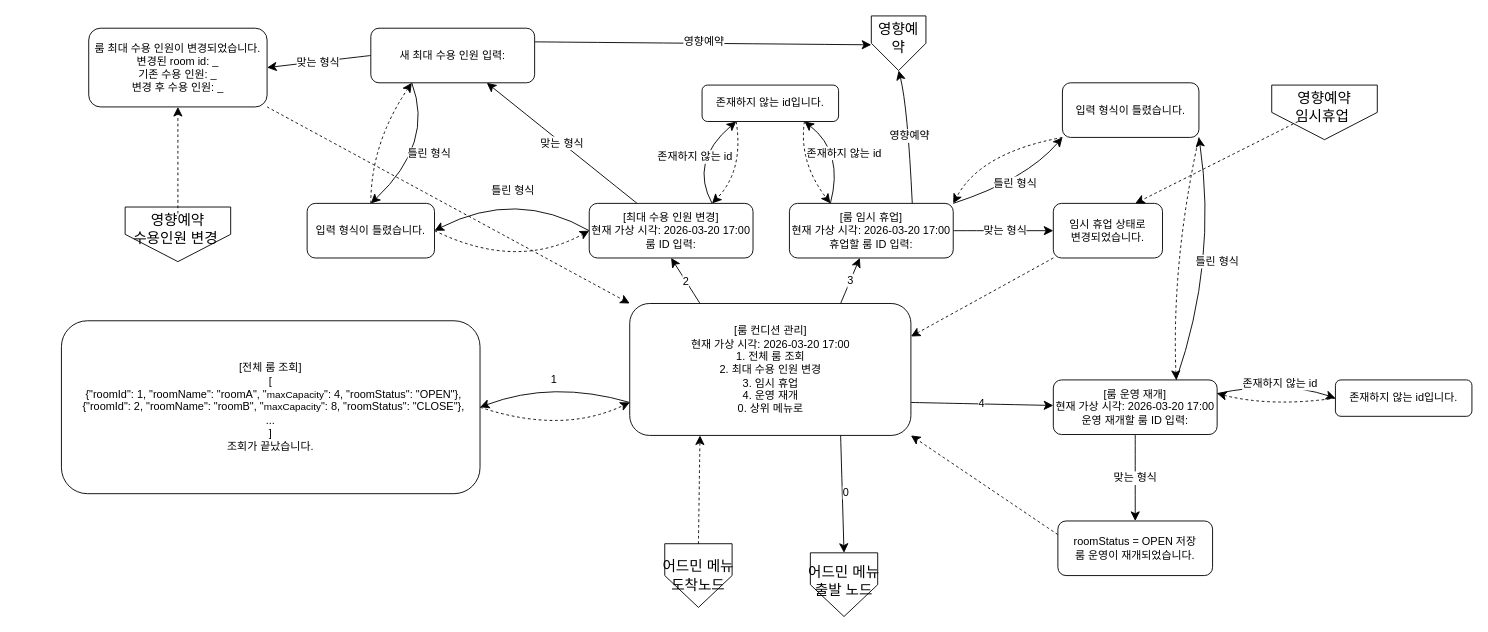
This is page "페이지-1" (1 of 2) of docs/room-condition.drawio from b0nsu/ICEP, a draw.io file, before an edit. Source tidied: cells renumbered, new cells numbered last; positions are measured from the earlier drawing's top-left corner, leaving out a move shared by most shapes. Both pictures are drawn from the tidied source at 91%, with x=0, y=0 at pixel (61, 15).
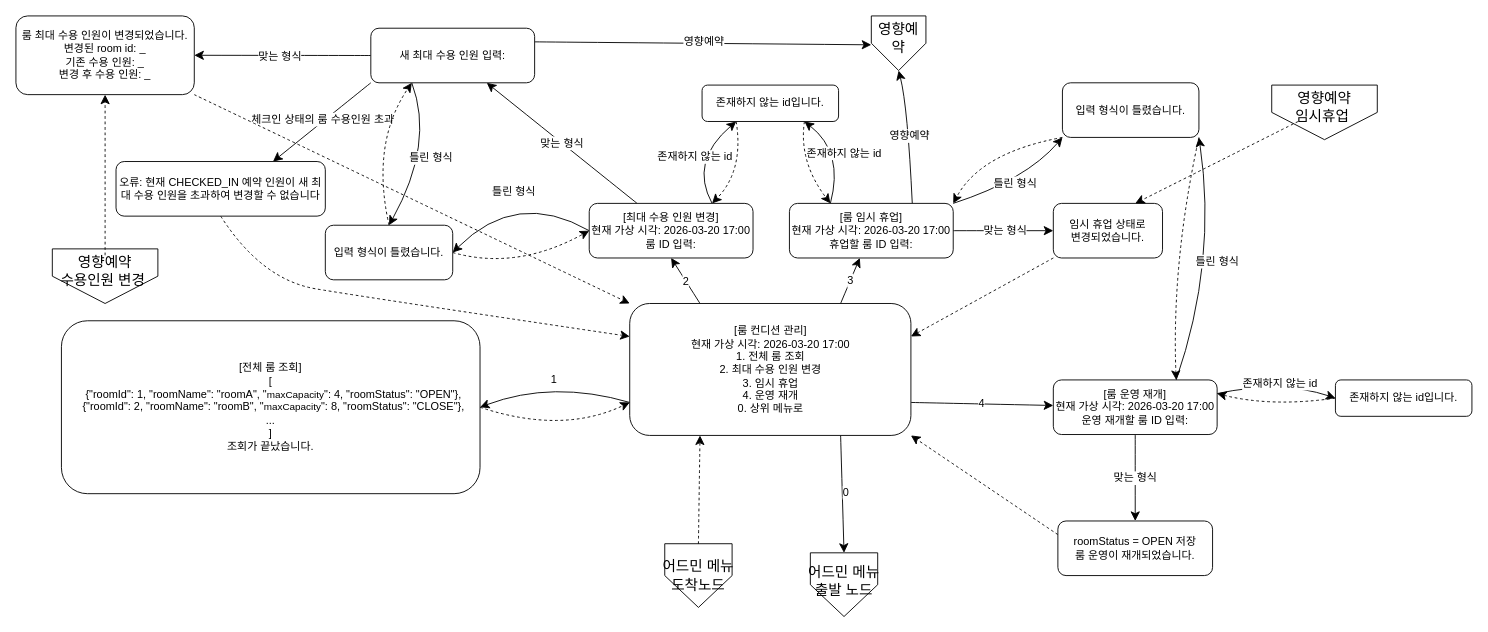
After the change.

Unchanged cells that the change refers to:
```xml
<mxCell id="8" value="&lt;div&gt;&lt;div&gt;[룸 컨디션 관리]&lt;/div&gt;&lt;span style=&quot;background-color: transparent;&quot;&gt;현재 가상 시각: 2026-03-20 17:00&lt;/span&gt;&lt;/div&gt;&lt;div&gt;1. 전체 룸 조회&lt;/div&gt;&lt;div&gt;2. 최대 수용 인원 변경&lt;/div&gt;&lt;div&gt;3. 임시 휴업&lt;/div&gt;&lt;div&gt;4. 운영 재개&lt;/div&gt;&lt;div&gt;0. 상위 메뉴로&lt;br&gt;&lt;/div&gt;" style="rounded=1;whiteSpace=wrap;html=1;" parent="1" vertex="1">
  <mxGeometry x="624.5" y="316" width="309" height="145" as="geometry" />
</mxCell>
<mxCell id="21" value="&lt;div&gt;새 최대 수용 인원 입력:&lt;/div&gt;" style="rounded=1;whiteSpace=wrap;html=1;" parent="1" vertex="1">
  <mxGeometry x="340" y="13.5" width="180" height="60" as="geometry" />
</mxCell>
```

Change to the diagram source:
```diff
@@
+    <mxCell id="68" style="edgeStyle=none;curved=1;rounded=0;jettySize=auto;html=1;exitX=0;exitY=1;exitDx=0;exitDy=0;entryX=0.75;entryY=0;entryDx=0;entryDy=0;fontSize=12;startSize=8;endSize=8;" parent="1" edge="1" source="21" target="71">
+      <mxGeometry relative="1" as="geometry" />
+    </mxCell>
+    <mxCell id="69" value="체크인 상태의 룸 수용인원 초과" style="edgeLabel;html=1;align=center;verticalAlign=middle;fontSize=12;" parent="68" vertex="1">
+      <mxGeometry x="-0.01" y="-3" relative="1" as="geometry">
+        <mxPoint x="1" as="offset" />
+      </mxGeometry>
+    </mxCell>
@@
     <mxCell id="37" value="룸 최대 수용 인원이 변경되었습니다.&lt;div&gt;변경된 room id: _&lt;br&gt;&lt;div&gt;기존 수용 인원: _&lt;/div&gt;&lt;div&gt;변경 후 수용 인원: _&lt;/div&gt;&lt;/div&gt;" style="rounded=1;whiteSpace=wrap;html=1;" parent="1" vertex="1">
-      <mxGeometry x="30" y="13.5" width="196" height="86.5" as="geometry" />
+      <mxGeometry x="-50" width="196" height="86.5" as="geometry" />
     </mxCell>
@@
     <mxCell id="50" style="group;" parent="1" vertex="1">
-      <mxGeometry x="70" y="210" width="116" height="60" as="geometry" />
+      <mxGeometry x="-10" y="256" width="116" height="60" as="geometry" />
     </mxCell>
@@
     <mxCell id="67" value="입력 형식이 틀렸습니다." style="rounded=1;whiteSpace=wrap;html=1;" parent="1" vertex="1">
-      <mxGeometry x="270" y="206" width="140" height="60" as="geometry" />
+      <mxGeometry x="290" y="230" width="140" height="60" as="geometry" />
     </mxCell>
+    <mxCell id="70" style="edgeStyle=none;curved=1;rounded=0;jettySize=auto;html=1;exitX=0.5;exitY=1;exitDx=0;exitDy=0;entryX=0;entryY=0.25;entryDx=0;entryDy=0;fontSize=12;startSize=8;endSize=8;dashed=1;" parent="1" edge="1" source="71" target="8">
+      <mxGeometry relative="1" as="geometry">
+        <Array as="points">
+          <mxPoint x="220" y="290" />
+          <mxPoint x="340" y="310" />
+        </Array>
+      </mxGeometry>
+    </mxCell>
+    <mxCell id="71" value="오류: 현재 CHECKED_IN 예약 인원이 새 최대 수용 인원을 초과하여 변경할 수 없습니다" style="rounded=1;whiteSpace=wrap;html=1;" parent="1" vertex="1">
+      <mxGeometry x="60" y="160" width="230" height="60" as="geometry" />
+    </mxCell>
```
